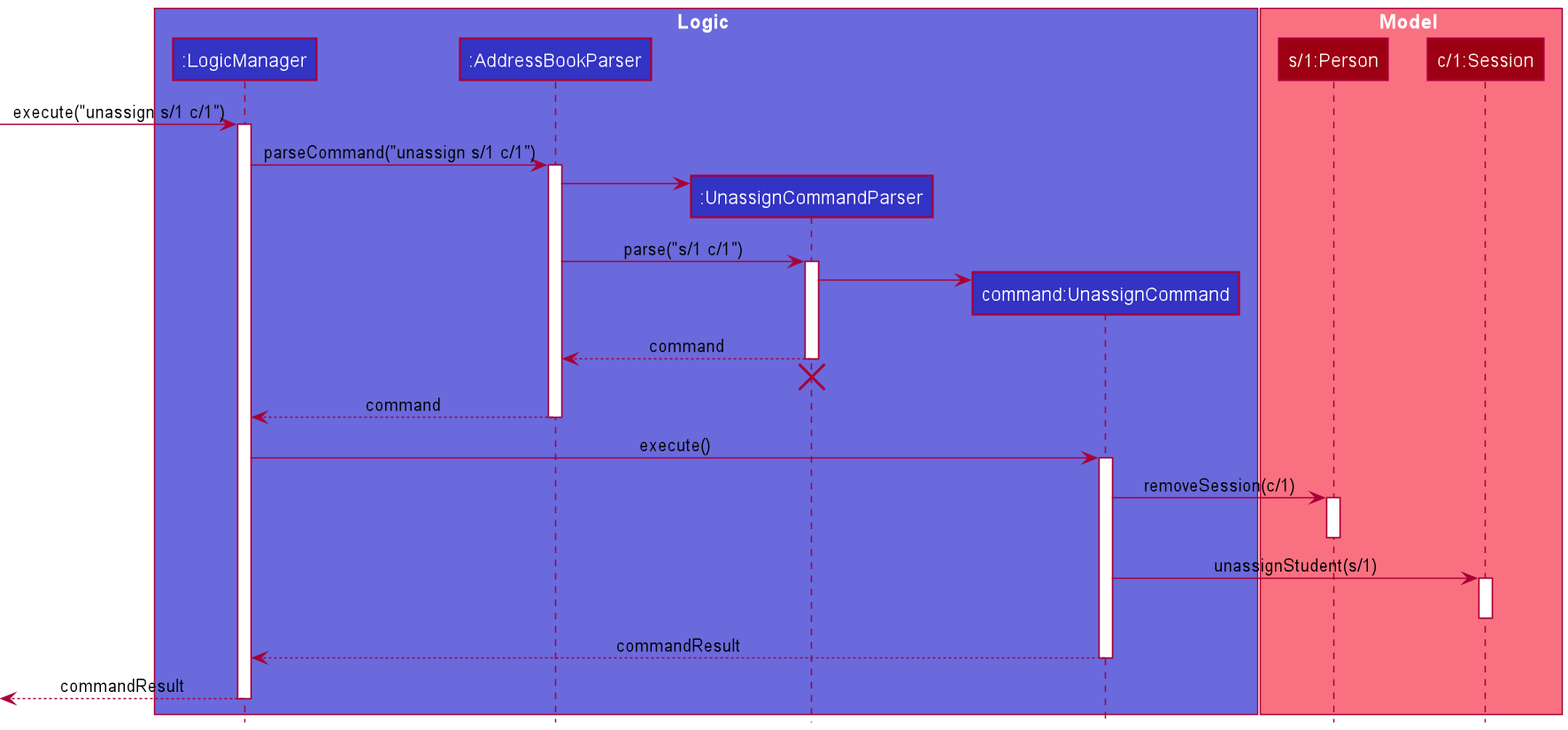
This is docs/images/UnassignSequenceDiagram.png from nus-cs2103-AY2021S2/tp, a PlantUML export, as it was before one commit.
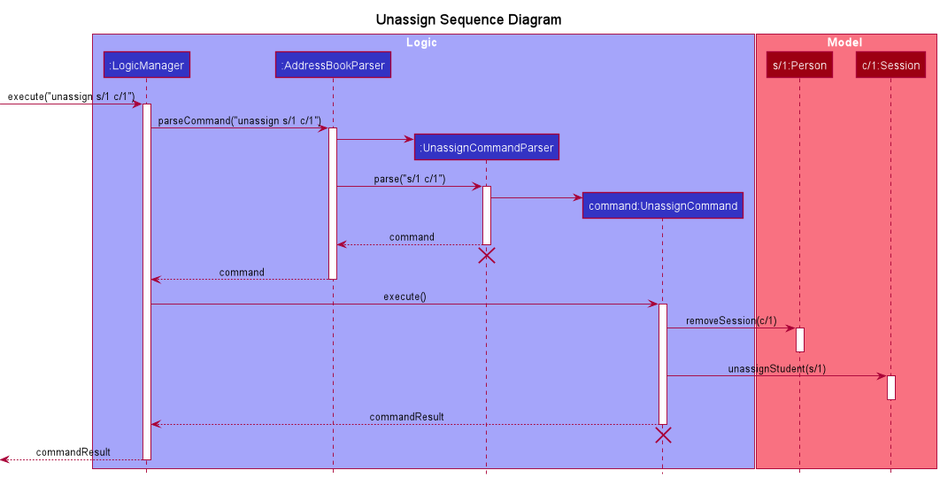
The same diagram one commit later.

The edit, as a diff of the source:
```diff
@@ -1,7 +1,11 @@
 @startuml
-!include Style.puml
+!include style.puml
 
-box Logic LOGIC_COLOR_T2
+hide footbox
+title Unassign Sequence Diagram
+skinparam sequenceMessageAlign center
+
+box Logic LOGIC_COLOR_T1
 participant ":LogicManager" as LogicManager LOGIC_COLOR
 participant ":AddressBookParser" as AddressBookParser LOGIC_COLOR
 participant ":UnassignCommandParser" as UnassignCommandParser LOGIC_COLOR
@@ -31,7 +35,7 @@
 UnassignCommandParser --> AddressBookParser : command
 deactivate UnassignCommandParser
 
-UnassignCommandParser -[hidden]->]
+AddressBookParser -[hidden]-> UnassignCommandParser
 destroy UnassignCommandParser
 
 AddressBookParser --> LogicManager : command
@@ -53,6 +57,9 @@
 command --> LogicManager : commandResult
 deactivate command
 
+LogicManager -[hidden]-> command
+destroy command
+
 LogicManager -->[ : commandResult
 deactivate LogicManager
 @enduml
```
